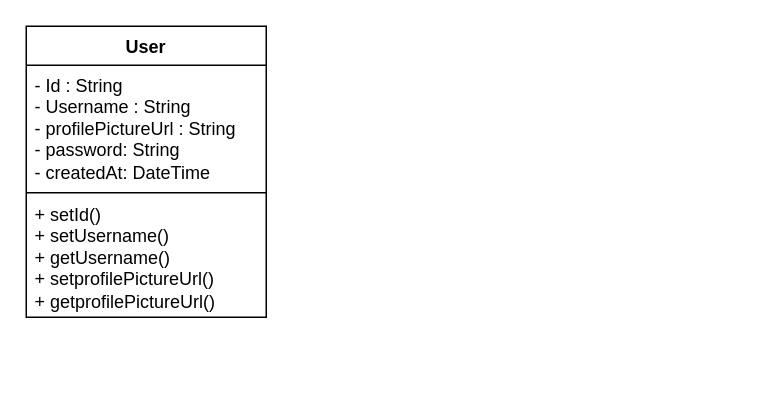
The draw.io diagram Untitled Diagram.drawio in LordMhri/Playlist, before the edit. Source tidied: cells renumbered, new cells numbered last; positions are measured from the earlier drawing's top-left corner, leaving out a move shared by most shapes. Both pictures are drawn from the tidied source at 150%, with x=0, y=0 at pixel (26, 26).
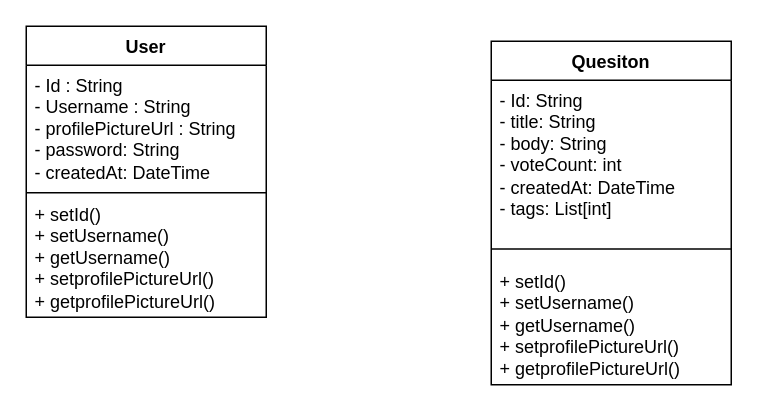
Above is the later version.

What changed in the source:
```diff
@@
 <mxGraphModel>
   <root>
     <mxCell id="0" />
     <mxCell id="1" parent="0" />
     <mxCell id="2" value="User" style="swimlane;fontStyle=1;align=center;verticalAlign=top;horizontal=1;startSize=26;whiteSpace=wrap;html=1;" parent="1" vertex="1">
       <mxGeometry width="160" height="194" as="geometry" />
     </mxCell>
     <mxCell id="3" value="- Id : String&lt;div&gt;- Username : String&lt;/div&gt;&lt;div&gt;- profilePictureUrl : String&lt;/div&gt;&lt;div&gt;- password: String&lt;/div&gt;&lt;div&gt;- createdAt: DateTime&lt;/div&gt;" style="text;strokeColor=none;fillColor=none;align=left;verticalAlign=top;spacingLeft=4;spacingRight=4;overflow=hidden;whiteSpace=wrap;html=1;" parent="2" vertex="1">
       <mxGeometry y="26" width="160" height="84" as="geometry" />
     </mxCell>
     <mxCell id="4" style="line;strokeWidth=1;fillColor=none;align=left;verticalAlign=middle;spacingTop=-1;spacingLeft=3;spacingRight=3;labelPosition=right;strokeColor=inherit;" parent="2" vertex="1">
       <mxGeometry y="110" width="160" height="2" as="geometry" />
     </mxCell>
     <mxCell id="5" value="+ setId()&lt;div&gt;+ setUsername()&lt;/div&gt;&lt;div&gt;+ getUsername()&lt;/div&gt;&lt;div&gt;+ setprofilePictureUrl()&lt;/div&gt;&lt;div&gt;+ getprofilePictureUrl()&lt;/div&gt;" style="text;strokeColor=none;fillColor=none;align=left;verticalAlign=top;spacingLeft=4;spacingRight=4;overflow=hidden;whiteSpace=wrap;html=1;" parent="2" vertex="1">
       <mxGeometry y="112" width="160" height="82" as="geometry" />
     </mxCell>
+    <mxCell id="6" value="Quesiton" style="swimlane;fontStyle=1;align=center;verticalAlign=top;horizontal=1;startSize=26;whiteSpace=wrap;html=1;" parent="1" vertex="1">
+      <mxGeometry x="310" y="10" width="160" height="229" as="geometry" />
+    </mxCell>
+    <mxCell id="7" value="- Id: String&lt;div&gt;- title: String&lt;/div&gt;&lt;div&gt;- body: String&lt;/div&gt;&lt;div&gt;- voteCount: int&lt;/div&gt;&lt;div&gt;- createdAt: DateTime&lt;/div&gt;&lt;div&gt;- tags: List[int]&lt;/div&gt;&lt;div&gt;&lt;br&gt;&lt;/div&gt;" style="text;strokeColor=none;fillColor=none;align=left;verticalAlign=top;spacingLeft=4;spacingRight=4;overflow=hidden;whiteSpace=wrap;html=1;" parent="6" vertex="1">
+      <mxGeometry y="26" width="160" height="104" as="geometry" />
+    </mxCell>
+    <mxCell id="8" style="line;strokeWidth=1;fillColor=none;align=left;verticalAlign=middle;spacingTop=-1;spacingLeft=3;spacingRight=3;labelPosition=right;strokeColor=inherit;" parent="6" vertex="1">
+      <mxGeometry y="130" width="160" height="17" as="geometry" />
+    </mxCell>
+    <mxCell id="9" value="+ setId()&lt;div&gt;+ setUsername()&lt;/div&gt;&lt;div&gt;+ getUsername()&lt;/div&gt;&lt;div&gt;+ setprofilePictureUrl()&lt;/div&gt;&lt;div&gt;+ getprofilePictureUrl()&lt;/div&gt;" style="text;strokeColor=none;fillColor=none;align=left;verticalAlign=top;spacingLeft=4;spacingRight=4;overflow=hidden;whiteSpace=wrap;html=1;" parent="6" vertex="1">
+      <mxGeometry y="147" width="160" height="82" as="geometry" />
+    </mxCell>
   </root>
 </mxGraphModel>
```
